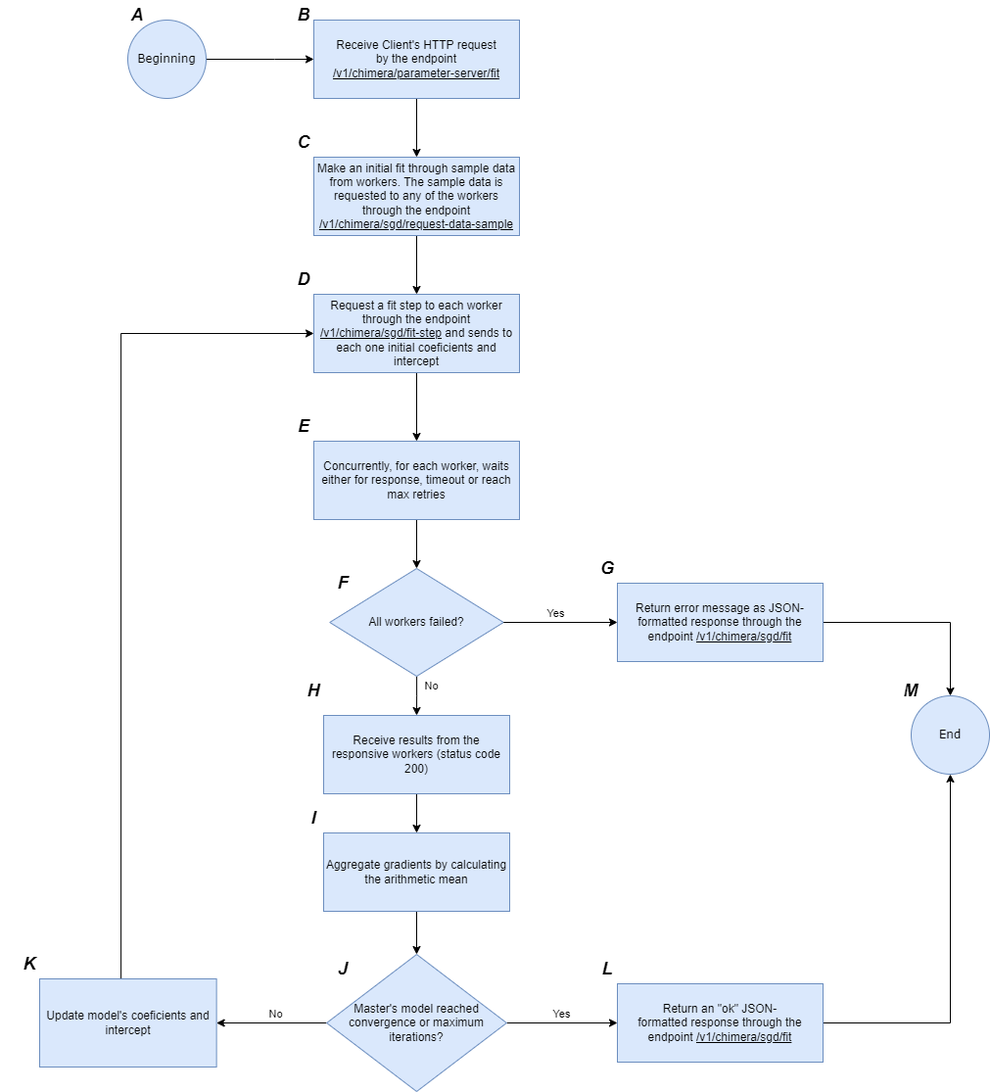
Before: images/master/parameter_server_master_fit_state_machine_flowchart.png, a diagram exported from draw.io (Samirnunes/chimera). Source tidied: cells renumbered, new cells last; positions are measured from the earlier drawing's top-left corner, leaving out a move shared by most shapes. Source of this version:
```xml
<mxGraphModel>
  <root>
    <mxCell id="0" />
    <mxCell id="1" parent="0" />
    <mxCell id="2" style="edgeStyle=orthogonalEdgeStyle;rounded=0;jettySize=auto;html=1;entryX=0;entryY=0.5;entryDx=0;entryDy=0;" parent="1" edge="1" source="3" target="6">
      <mxGeometry relative="1" as="geometry">
        <Array as="points">
          <mxPoint x="280" y="60" />
          <mxPoint x="280" y="60" />
        </Array>
      </mxGeometry>
    </mxCell>
    <mxCell id="3" value="&lt;font face=&quot;Verdana&quot;&gt;Beginning&lt;/font&gt;" style="ellipse;whiteSpace=wrap;html=1;fillColor=#dae8fc;strokeColor=#6c8ebf;" parent="1" vertex="1">
      <mxGeometry x="130" y="20" width="80" height="80" as="geometry" />
    </mxCell>
    <mxCell id="4" value="&lt;font face=&quot;Helvetica&quot; style=&quot;font-size: 18px;&quot;&gt;&lt;i style=&quot;&quot;&gt;&lt;b style=&quot;&quot;&gt;A&lt;/b&gt;&lt;/i&gt;&lt;/font&gt;" style="text;html=1;align=center;verticalAlign=middle;whiteSpace=wrap;rounded=0;" parent="1" vertex="1">
      <mxGeometry x="110" width="60" height="30" as="geometry" />
    </mxCell>
    <mxCell id="5" style="edgeStyle=orthogonalEdgeStyle;rounded=0;jettySize=auto;html=1;entryX=0.5;entryY=0;entryDx=0;entryDy=0;" parent="1" edge="1" source="6" target="13">
      <mxGeometry relative="1" as="geometry" />
    </mxCell>
    <mxCell id="6" value="Receive Client's HTTP request&lt;div&gt;by the endpoint &lt;u&gt;/v1/chimera/parameter-server/fit&lt;/u&gt;&lt;/div&gt;" style="rounded=0;whiteSpace=wrap;html=1;fillColor=#dae8fc;strokeColor=#6c8ebf;" parent="1" vertex="1">
      <mxGeometry x="320" y="20" width="210" height="80" as="geometry" />
    </mxCell>
    <mxCell id="7" value="&lt;font face=&quot;Helvetica&quot; style=&quot;font-size: 18px;&quot;&gt;&lt;i style=&quot;&quot;&gt;&lt;b style=&quot;&quot;&gt;B&lt;/b&gt;&lt;/i&gt;&lt;/font&gt;" style="text;html=1;align=center;verticalAlign=middle;whiteSpace=wrap;rounded=0;" parent="1" vertex="1">
      <mxGeometry x="280" width="60" height="30" as="geometry" />
    </mxCell>
    <mxCell id="8" style="edgeStyle=orthogonalEdgeStyle;rounded=0;jettySize=auto;html=1;entryX=0.5;entryY=0;entryDx=0;entryDy=0;" parent="1" edge="1" source="9" target="11">
      <mxGeometry relative="1" as="geometry" />
    </mxCell>
    <mxCell id="9" value="Request a fit step to each worker through the endpoint &lt;u&gt;/v1/chimera/sgd/fit-step&lt;/u&gt;&amp;nbsp;and sends to each one initial coeficients and intercept" style="rounded=0;whiteSpace=wrap;html=1;fillColor=#dae8fc;strokeColor=#6c8ebf;" parent="1" vertex="1">
      <mxGeometry x="320" y="300" width="210" height="80" as="geometry" />
    </mxCell>
    <mxCell id="10" style="edgeStyle=orthogonalEdgeStyle;rounded=0;jettySize=auto;html=1;entryX=0.5;entryY=0;entryDx=0;entryDy=0;" parent="1" edge="1" source="11" target="25">
      <mxGeometry relative="1" as="geometry" />
    </mxCell>
    <mxCell id="11" value="Concurrently, for each worker, waits either for response, timeout or reach max retries" style="rounded=0;whiteSpace=wrap;html=1;fillColor=#dae8fc;strokeColor=#6c8ebf;" parent="1" vertex="1">
      <mxGeometry x="320" y="450" width="210" height="80" as="geometry" />
    </mxCell>
    <mxCell id="12" style="edgeStyle=orthogonalEdgeStyle;rounded=0;jettySize=auto;html=1;" parent="1" edge="1" source="13" target="9">
      <mxGeometry relative="1" as="geometry" />
    </mxCell>
    <mxCell id="13" value="Make an initial fit through sample data from workers. The sample data is requested to any of the workers through the endpoint &lt;u&gt;/v1/chimera/sgd/request-data-sample&lt;/u&gt;" style="rounded=0;whiteSpace=wrap;html=1;fillColor=#dae8fc;strokeColor=#6c8ebf;" parent="1" vertex="1">
      <mxGeometry x="320" y="160" width="210" height="80" as="geometry" />
    </mxCell>
    <mxCell id="14" style="edgeStyle=orthogonalEdgeStyle;rounded=0;jettySize=auto;html=1;entryX=0;entryY=0.5;entryDx=0;entryDy=0;" parent="1" edge="1" source="18" target="22">
      <mxGeometry relative="1" as="geometry" />
    </mxCell>
    <mxCell id="15" value="Yes" style="edgeLabel;html=1;align=center;verticalAlign=middle;" parent="14" vertex="1">
      <mxGeometry x="-0.01" y="-1" relative="1" as="geometry">
        <mxPoint y="-11" as="offset" />
      </mxGeometry>
    </mxCell>
    <mxCell id="16" style="edgeStyle=orthogonalEdgeStyle;rounded=0;jettySize=auto;html=1;" parent="1" edge="1" source="18" target="20">
      <mxGeometry relative="1" as="geometry" />
    </mxCell>
    <mxCell id="17" value="No" style="edgeLabel;html=1;align=center;verticalAlign=middle;" parent="16" vertex="1">
      <mxGeometry x="-0.14" relative="1" as="geometry">
        <mxPoint x="-5" y="-10" as="offset" />
      </mxGeometry>
    </mxCell>
    <mxCell id="18" value="Master's model reached convergence or maximum iterations?" style="rhombus;whiteSpace=wrap;html=1;fillColor=#dae8fc;strokeColor=#6c8ebf;rounded=0;" parent="1" vertex="1">
      <mxGeometry x="333.1" y="974" width="183.8" height="140" as="geometry" />
    </mxCell>
    <mxCell id="19" style="edgeStyle=orthogonalEdgeStyle;rounded=0;jettySize=auto;html=1;exitX=0.46;exitY=0.033;exitDx=0;exitDy=0;exitPerimeter=0;entryX=0;entryY=0.5;entryDx=0;entryDy=0;" parent="1" edge="1" source="20" target="9">
      <mxGeometry relative="1" as="geometry">
        <Array as="points">
          <mxPoint x="123" y="340" />
        </Array>
      </mxGeometry>
    </mxCell>
    <mxCell id="20" value="Update model's coeficients and intercept" style="whiteSpace=wrap;html=1;fillColor=#dae8fc;strokeColor=#6c8ebf;rounded=0;" parent="1" vertex="1">
      <mxGeometry x="40" y="999" width="180.6" height="90" as="geometry" />
    </mxCell>
    <mxCell id="21" style="edgeStyle=orthogonalEdgeStyle;rounded=0;jettySize=auto;html=1;entryX=0.5;entryY=1;entryDx=0;entryDy=0;" parent="1" edge="1" source="22" target="30">
      <mxGeometry relative="1" as="geometry" />
    </mxCell>
    <mxCell id="22" value="Return an &quot;ok&quot; JSON-formatted&amp;nbsp;response through the endpoint&amp;nbsp;&lt;u&gt;/v1/chimera/sgd/fit&lt;/u&gt;" style="rounded=0;whiteSpace=wrap;html=1;fillColor=#dae8fc;strokeColor=#6c8ebf;" parent="1" vertex="1">
      <mxGeometry x="630" y="1004" width="210" height="80" as="geometry" />
    </mxCell>
    <mxCell id="23" style="edgeStyle=orthogonalEdgeStyle;rounded=0;jettySize=auto;html=1;entryX=0.5;entryY=0;entryDx=0;entryDy=0;" parent="1" edge="1" source="25" target="41">
      <mxGeometry relative="1" as="geometry" />
    </mxCell>
    <mxCell id="24" value="No" style="edgeLabel;html=1;align=center;verticalAlign=middle;" parent="23" vertex="1">
      <mxGeometry y="3" relative="1" as="geometry">
        <mxPoint x="12" y="-10" as="offset" />
      </mxGeometry>
    </mxCell>
    <mxCell id="25" value="All workers failed?" style="rhombus;whiteSpace=wrap;html=1;fillColor=#dae8fc;strokeColor=#6c8ebf;" parent="1" vertex="1">
      <mxGeometry x="336.2" y="580" width="177.5" height="110" as="geometry" />
    </mxCell>
    <mxCell id="26" style="edgeStyle=orthogonalEdgeStyle;rounded=0;jettySize=auto;html=1;entryX=0.5;entryY=0;entryDx=0;entryDy=0;" parent="1" edge="1" source="27" target="30">
      <mxGeometry relative="1" as="geometry" />
    </mxCell>
    <mxCell id="27" value="Return error message as JSON-formatted response through the endpoint&amp;nbsp;&lt;u&gt;/v1/chimera/sgd/fit&lt;/u&gt;" style="rounded=0;whiteSpace=wrap;html=1;fillColor=#dae8fc;strokeColor=#6c8ebf;" parent="1" vertex="1">
      <mxGeometry x="630" y="595" width="210" height="80" as="geometry" />
    </mxCell>
    <mxCell id="28" style="endArrow=classic;html=1;rounded=0;exitX=1;exitY=0.5;exitDx=0;exitDy=0;entryX=0;entryY=0.5;entryDx=0;entryDy=0;" parent="1" edge="1" source="25" target="27">
      <mxGeometry relative="1" as="geometry" />
    </mxCell>
    <mxCell id="29" value="Yes" style="edgeLabel;html=1;align=center;verticalAlign=middle;" parent="28" vertex="1">
      <mxGeometry x="-0.35" y="3" relative="1" as="geometry">
        <mxPoint x="15" y="-7" as="offset" />
      </mxGeometry>
    </mxCell>
    <mxCell id="30" value="&lt;font face=&quot;Verdana&quot;&gt;End&lt;/font&gt;" style="ellipse;whiteSpace=wrap;html=1;fillColor=#dae8fc;strokeColor=#6c8ebf;" parent="1" vertex="1">
      <mxGeometry x="930" y="710" width="80" height="80" as="geometry" />
    </mxCell>
    <mxCell id="31" value="&lt;font face=&quot;Helvetica&quot; style=&quot;font-size: 18px;&quot;&gt;&lt;i style=&quot;&quot;&gt;&lt;b style=&quot;&quot;&gt;C&lt;/b&gt;&lt;/i&gt;&lt;/font&gt;" style="text;html=1;align=center;verticalAlign=middle;whiteSpace=wrap;rounded=0;" parent="1" vertex="1">
      <mxGeometry x="280" y="130" width="60" height="30" as="geometry" />
    </mxCell>
    <mxCell id="32" value="&lt;font face=&quot;Helvetica&quot; style=&quot;font-size: 18px;&quot;&gt;&lt;i style=&quot;&quot;&gt;&lt;b style=&quot;&quot;&gt;D&lt;/b&gt;&lt;/i&gt;&lt;/font&gt;" style="text;html=1;align=center;verticalAlign=middle;whiteSpace=wrap;rounded=0;" parent="1" vertex="1">
      <mxGeometry x="280" y="270" width="60" height="30" as="geometry" />
    </mxCell>
    <mxCell id="33" value="&lt;font face=&quot;Helvetica&quot; style=&quot;font-size: 18px;&quot;&gt;&lt;i style=&quot;&quot;&gt;&lt;b style=&quot;&quot;&gt;E&lt;/b&gt;&lt;/i&gt;&lt;/font&gt;" style="text;html=1;align=center;verticalAlign=middle;whiteSpace=wrap;rounded=0;" parent="1" vertex="1">
      <mxGeometry x="280" y="420" width="60" height="30" as="geometry" />
    </mxCell>
    <mxCell id="34" value="&lt;font face=&quot;Helvetica&quot; style=&quot;font-size: 18px;&quot;&gt;&lt;i style=&quot;&quot;&gt;&lt;b style=&quot;&quot;&gt;F&lt;/b&gt;&lt;/i&gt;&lt;/font&gt;" style="text;html=1;align=center;verticalAlign=middle;whiteSpace=wrap;rounded=0;" parent="1" vertex="1">
      <mxGeometry x="320" y="580" width="60" height="30" as="geometry" />
    </mxCell>
    <mxCell id="35" value="&lt;font face=&quot;Helvetica&quot; style=&quot;font-size: 18px;&quot;&gt;&lt;i style=&quot;&quot;&gt;&lt;b style=&quot;&quot;&gt;H&lt;/b&gt;&lt;/i&gt;&lt;/font&gt;" style="text;html=1;align=center;verticalAlign=middle;whiteSpace=wrap;rounded=0;" parent="1" vertex="1">
      <mxGeometry x="290" y="690" width="60" height="30" as="geometry" />
    </mxCell>
    <mxCell id="36" value="&lt;font face=&quot;Helvetica&quot; style=&quot;font-size: 18px;&quot;&gt;&lt;i style=&quot;&quot;&gt;&lt;b style=&quot;&quot;&gt;G&lt;/b&gt;&lt;/i&gt;&lt;/font&gt;" style="text;html=1;align=center;verticalAlign=middle;whiteSpace=wrap;rounded=0;" parent="1" vertex="1">
      <mxGeometry x="590" y="565" width="60" height="30" as="geometry" />
    </mxCell>
    <mxCell id="37" value="&lt;font face=&quot;Helvetica&quot; style=&quot;font-size: 18px;&quot;&gt;&lt;i style=&quot;&quot;&gt;&lt;b style=&quot;&quot;&gt;L&lt;/b&gt;&lt;/i&gt;&lt;/font&gt;" style="text;html=1;align=center;verticalAlign=middle;whiteSpace=wrap;rounded=0;" parent="1" vertex="1">
      <mxGeometry x="590" y="974" width="60" height="30" as="geometry" />
    </mxCell>
    <mxCell id="38" value="&lt;font face=&quot;Helvetica&quot; style=&quot;font-size: 18px;&quot;&gt;&lt;i style=&quot;&quot;&gt;&lt;b style=&quot;&quot;&gt;J&lt;/b&gt;&lt;/i&gt;&lt;/font&gt;" style="text;html=1;align=center;verticalAlign=middle;whiteSpace=wrap;rounded=0;" parent="1" vertex="1">
      <mxGeometry x="320" y="974" width="60" height="30" as="geometry" />
    </mxCell>
    <mxCell id="39" value="&lt;font face=&quot;Helvetica&quot; style=&quot;font-size: 18px;&quot;&gt;&lt;i style=&quot;&quot;&gt;&lt;b style=&quot;&quot;&gt;I&lt;/b&gt;&lt;/i&gt;&lt;/font&gt;" style="text;html=1;align=center;verticalAlign=middle;whiteSpace=wrap;rounded=0;" parent="1" vertex="1">
      <mxGeometry x="290" y="820" width="60" height="30" as="geometry" />
    </mxCell>
    <mxCell id="40" style="edgeStyle=orthogonalEdgeStyle;rounded=0;jettySize=auto;html=1;" parent="1" edge="1" source="41" target="43">
      <mxGeometry relative="1" as="geometry" />
    </mxCell>
    <mxCell id="41" value="Receive results from the responsive workers (status code 200)" style="rounded=0;whiteSpace=wrap;html=1;fillColor=#dae8fc;strokeColor=#6c8ebf;" parent="1" vertex="1">
      <mxGeometry x="330" y="730" width="190" height="80" as="geometry" />
    </mxCell>
    <mxCell id="42" style="edgeStyle=orthogonalEdgeStyle;rounded=0;jettySize=auto;html=1;" parent="1" edge="1" source="43" target="18">
      <mxGeometry relative="1" as="geometry" />
    </mxCell>
    <mxCell id="43" value="Aggregate gradients by calculating the arithmetic mean" style="rounded=0;whiteSpace=wrap;html=1;fillColor=#dae8fc;strokeColor=#6c8ebf;" parent="1" vertex="1">
      <mxGeometry x="330" y="850" width="190" height="80" as="geometry" />
    </mxCell>
    <mxCell id="44" value="&lt;font face=&quot;Helvetica&quot; style=&quot;font-size: 18px;&quot;&gt;&lt;i style=&quot;&quot;&gt;&lt;b style=&quot;&quot;&gt;K&lt;/b&gt;&lt;/i&gt;&lt;/font&gt;" style="text;html=1;align=center;verticalAlign=middle;whiteSpace=wrap;rounded=0;" parent="1" vertex="1">
      <mxGeometry y="969" width="60" height="30" as="geometry" />
    </mxCell>
    <mxCell id="45" value="&lt;font face=&quot;Helvetica&quot; style=&quot;font-size: 18px;&quot;&gt;&lt;i style=&quot;&quot;&gt;&lt;b style=&quot;&quot;&gt;M&lt;/b&gt;&lt;/i&gt;&lt;/font&gt;" style="text;html=1;align=center;verticalAlign=middle;whiteSpace=wrap;rounded=0;" parent="1" vertex="1">
      <mxGeometry x="900" y="690" width="60" height="30" as="geometry" />
    </mxCell>
  </root>
</mxGraphModel>
```
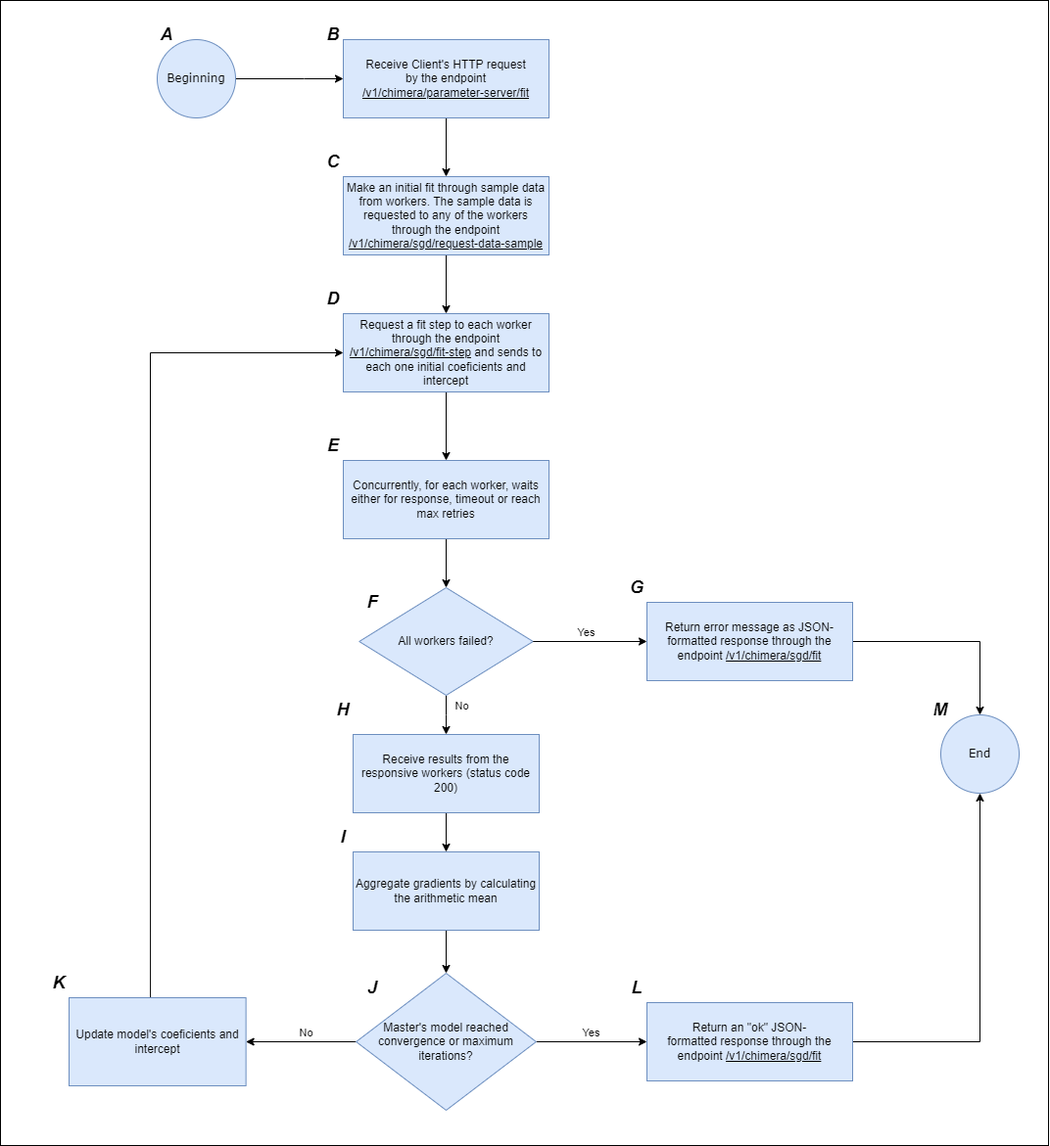
The same diagram one commit later.

What changed in the source:
```diff
@@ -2,6 +2,9 @@
   <root>
     <mxCell id="0" />
     <mxCell id="1" parent="0" />
+    <mxCell id="46" style="rounded=0;whiteSpace=wrap;html=1;" parent="1" vertex="1">
+      <mxGeometry x="-30" y="-20" width="1070" height="1170" as="geometry" />
+    </mxCell>
     <mxCell id="2" style="edgeStyle=orthogonalEdgeStyle;rounded=0;jettySize=auto;html=1;entryX=0;entryY=0.5;entryDx=0;entryDy=0;" parent="1" edge="1" source="3" target="6">
       <mxGeometry relative="1" as="geometry">
         <Array as="points">
```
